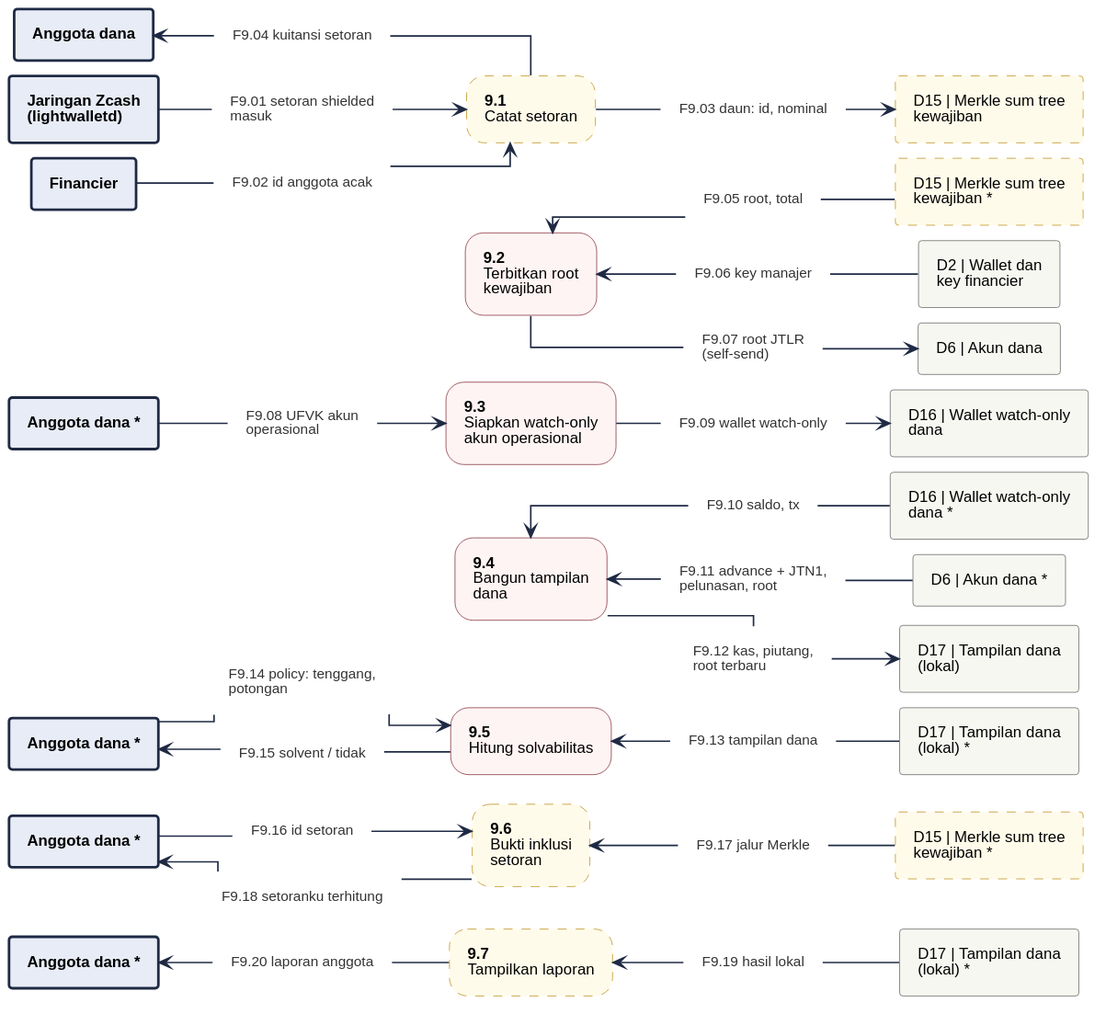
JitsuinFi/jitsuinfi-vault keeps this PlantUML diagram as 08-FlowDiagrams/assets/dfd-2-9.svg. Above is the earlier version. Source of this version:
```plantuml
@startuml
!include dfd-style.iuml
left to right direction
skinparam nodesep 12
skinparam ranksep 35
rectangle "Anggota dana *" <<entity>> as M_7
rectangle "D17 | Tampilan dana\n(lokal) *" <<store>> as D17_7
rectangle "D15 | Merkle sum tree\nkewajiban *" <<storeproposal>> as D15_6
rectangle "Anggota dana *" <<entity>> as M_6
rectangle "Anggota dana *" <<entity>> as M_5
rectangle "D17 | Tampilan dana\n(lokal) *" <<store>> as D17_5
rectangle "D17 | Tampilan dana\n(lokal)" <<store>> as D17_4
rectangle "D6 | Akun dana *" <<store>> as D6_4
rectangle "D16 | Wallet watch-only\ndana *" <<store>> as D16_4
rectangle "D16 | Wallet watch-only\ndana" <<store>> as D16_3
rectangle "Anggota dana *" <<entity>> as M_3
rectangle "D6 | Akun dana" <<store>> as D6_2
rectangle "D2 | Wallet dan\nkey financier" <<store>> as D2_2
rectangle "D15 | Merkle sum tree\nkewajiban *" <<storeproposal>> as D15_2
rectangle "Anggota dana" <<entity>> as M_1
rectangle "D15 | Merkle sum tree\nkewajiban" <<storeproposal>> as D15_1
rectangle "Financier" <<entity>> as F_1
rectangle "Jaringan Zcash\n(lightwalletd)" <<entity>> as Z_1
rectangle "**9.7**\nTampilkan laporan" <<proposal>> as P7
rectangle "**9.6**\nBukti inklusi\nsetoran" <<proposal>> as P6
rectangle "**9.5**\nHitung solvabilitas" <<process>> as P5
rectangle "**9.4**\nBangun tampilan\ndana" <<process>> as P4
rectangle "**9.3**\nSiapkan watch-only\nakun operasional" <<process>> as P3
rectangle "**9.2**\nTerbitkan root\nkewajiban" <<process>> as P2
rectangle "**9.1**\nCatat setoran" <<proposal>> as P1
rectangle "F9.01 setoran shielded\nmasuk" <<flow>> as f_F9_01
rectangle "F9.02 id anggota acak" <<flow>> as f_F9_02
rectangle "F9.03 daun: id, nominal" <<flow>> as f_F9_03
rectangle "F9.04 kuitansi setoran" <<flow>> as f_F9_04
rectangle "F9.05 root, total" <<flow>> as f_F9_05
rectangle "F9.06 key manajer" <<flow>> as f_F9_06
rectangle "F9.07 root JTLR\n(self-send)" <<flow>> as f_F9_07
rectangle "F9.08 UFVK akun\noperasional" <<flow>> as f_F9_08
rectangle "F9.09 wallet watch-only" <<flow>> as f_F9_09
rectangle "F9.10 saldo, tx" <<flow>> as f_F9_10
rectangle "F9.11 advance + JTN1,\npelunasan, root" <<flow>> as f_F9_11
rectangle "F9.12 kas, piutang,\nroot terbaru" <<flow>> as f_F9_12
rectangle "F9.13 tampilan dana" <<flow>> as f_F9_13
rectangle "F9.14 policy: tenggang,\npotongan" <<flow>> as f_F9_14
rectangle "F9.15 solvent / tidak" <<flow>> as f_F9_15
rectangle "F9.16 id setoran" <<flow>> as f_F9_16
rectangle "F9.17 jalur Merkle" <<flow>> as f_F9_17
rectangle "F9.18 setoranku terhitung" <<flow>> as f_F9_18
rectangle "F9.19 hasil lokal" <<flow>> as f_F9_19
rectangle "F9.20 laporan anggota" <<flow>> as f_F9_20
Z_1 -- f_F9_01
f_F9_01 --> P1
F_1 -- f_F9_02
f_F9_02 --> P1
P1 -- f_F9_03
f_F9_03 --> D15_1
M_1 <-- f_F9_04
f_F9_04 -- P1
P2 <-- f_F9_05
f_F9_05 -- D15_2
P2 <-- f_F9_06
f_F9_06 -- D2_2
P2 -- f_F9_07
f_F9_07 --> D6_2
M_3 -- f_F9_08
f_F9_08 --> P3
P3 -- f_F9_09
f_F9_09 --> D16_3
P4 <-- f_F9_10
f_F9_10 -- D16_4
P4 <-- f_F9_11
f_F9_11 -- D6_4
P4 -- f_F9_12
f_F9_12 --> D17_4
P5 <-- f_F9_13
f_F9_13 -- D17_5
M_5 -- f_F9_14
f_F9_14 --> P5
M_5 <-- f_F9_15
f_F9_15 -- P5
M_6 -- f_F9_16
f_F9_16 --> P6
P6 <-- f_F9_17
f_F9_17 -- D15_6
M_6 <-- f_F9_18
f_F9_18 -- P6
P7 <-- f_F9_19
f_F9_19 -- D17_7
M_7 <-- f_F9_20
f_F9_20 -- P7
rectangle " " <<spacer>> as sp_P2_a
rectangle " " <<spacer>> as sp_P2_b
sp_P2_a -[hidden]- sp_P2_b
sp_P2_b -[hidden]- P2
rectangle " " <<spacer>> as sp_P4_a
rectangle " " <<spacer>> as sp_P4_b
sp_P4_a -[hidden]- sp_P4_b
sp_P4_b -[hidden]- P4
@enduml
```
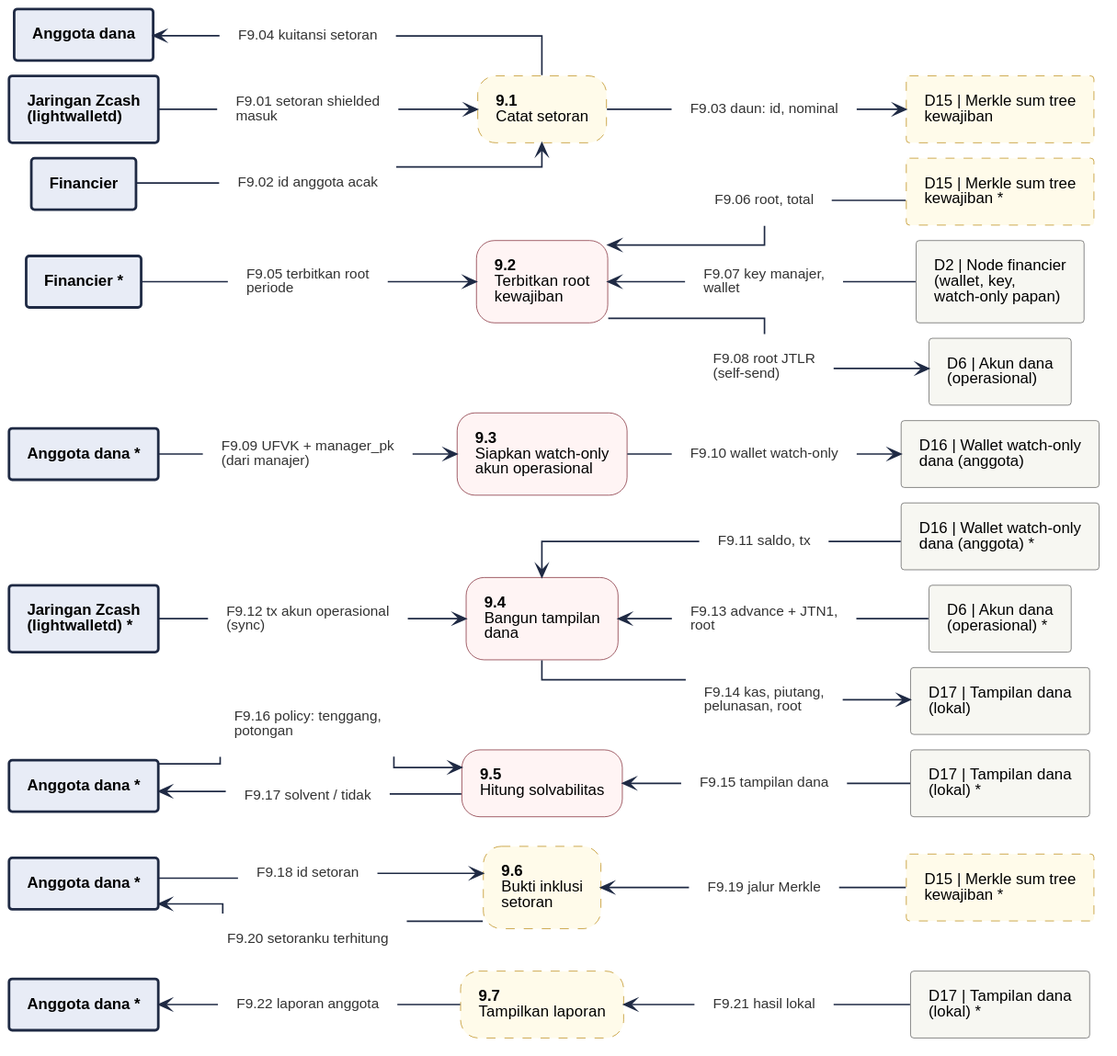
The same diagram one commit later.

Diff of the diagram source:
```diff
@@ -10,13 +10,15 @@
 rectangle "Anggota dana *" <<entity>> as M_5
 rectangle "D17 | Tampilan dana\n(lokal) *" <<store>> as D17_5
 rectangle "D17 | Tampilan dana\n(lokal)" <<store>> as D17_4
-rectangle "D6 | Akun dana *" <<store>> as D6_4
-rectangle "D16 | Wallet watch-only\ndana *" <<store>> as D16_4
-rectangle "D16 | Wallet watch-only\ndana" <<store>> as D16_3
+rectangle "D6 | Akun dana\n(operasional) *" <<store>> as D6_4
+rectangle "Jaringan Zcash\n(lightwalletd) *" <<entity>> as Z_4
+rectangle "D16 | Wallet watch-only\ndana (anggota) *" <<store>> as D16_4
+rectangle "D16 | Wallet watch-only\ndana (anggota)" <<store>> as D16_3
 rectangle "Anggota dana *" <<entity>> as M_3
-rectangle "D6 | Akun dana" <<store>> as D6_2
-rectangle "D2 | Wallet dan\nkey financier" <<store>> as D2_2
+rectangle "D6 | Akun dana\n(operasional)" <<store>> as D6_2
+rectangle "D2 | Node financier\n(wallet, key,\nwatch-only papan)" <<store>> as D2_2
 rectangle "D15 | Merkle sum tree\nkewajiban *" <<storeproposal>> as D15_2
+rectangle "Financier *" <<entity>> as F_2
 rectangle "Anggota dana" <<entity>> as M_1
 rectangle "D15 | Merkle sum tree\nkewajiban" <<storeproposal>> as D15_1
 rectangle "Financier" <<entity>> as F_1
@@ -32,22 +34,24 @@
 rectangle "F9.02 id anggota acak" <<flow>> as f_F9_02
 rectangle "F9.03 daun: id, nominal" <<flow>> as f_F9_03
 rectangle "F9.04 kuitansi setoran" <<flow>> as f_F9_04
-rectangle "F9.05 root, total" <<flow>> as f_F9_05
-rectangle "F9.06 key manajer" <<flow>> as f_F9_06
-rectangle "F9.07 root JTLR\n(self-send)" <<flow>> as f_F9_07
-rectangle "F9.08 UFVK akun\noperasional" <<flow>> as f_F9_08
-rectangle "F9.09 wallet watch-only" <<flow>> as f_F9_09
-rectangle "F9.10 saldo, tx" <<flow>> as f_F9_10
-rectangle "F9.11 advance + JTN1,\npelunasan, root" <<flow>> as f_F9_11
-rectangle "F9.12 kas, piutang,\nroot terbaru" <<flow>> as f_F9_12
-rectangle "F9.13 tampilan dana" <<flow>> as f_F9_13
-rectangle "F9.14 policy: tenggang,\npotongan" <<flow>> as f_F9_14
-rectangle "F9.15 solvent / tidak" <<flow>> as f_F9_15
-rectangle "F9.16 id setoran" <<flow>> as f_F9_16
-rectangle "F9.17 jalur Merkle" <<flow>> as f_F9_17
-rectangle "F9.18 setoranku terhitung" <<flow>> as f_F9_18
-rectangle "F9.19 hasil lokal" <<flow>> as f_F9_19
-rectangle "F9.20 laporan anggota" <<flow>> as f_F9_20
+rectangle "F9.05 terbitkan root\nperiode" <<flow>> as f_F9_05
+rectangle "F9.06 root, total" <<flow>> as f_F9_06
+rectangle "F9.07 key manajer,\nwallet" <<flow>> as f_F9_07
+rectangle "F9.08 root JTLR\n(self-send)" <<flow>> as f_F9_08
+rectangle "F9.09 UFVK + manager_pk\n(dari manajer)" <<flow>> as f_F9_09
+rectangle "F9.10 wallet watch-only" <<flow>> as f_F9_10
+rectangle "F9.11 saldo, tx" <<flow>> as f_F9_11
+rectangle "F9.12 tx akun operasional\n(sync)" <<flow>> as f_F9_12
+rectangle "F9.13 advance + JTN1,\nroot" <<flow>> as f_F9_13
+rectangle "F9.14 kas, piutang,\npelunasan, root" <<flow>> as f_F9_14
+rectangle "F9.15 tampilan dana" <<flow>> as f_F9_15
+rectangle "F9.16 policy: tenggang,\npotongan" <<flow>> as f_F9_16
+rectangle "F9.17 solvent / tidak" <<flow>> as f_F9_17
+rectangle "F9.18 id setoran" <<flow>> as f_F9_18
+rectangle "F9.19 jalur Merkle" <<flow>> as f_F9_19
+rectangle "F9.20 setoranku terhitung" <<flow>> as f_F9_20
+rectangle "F9.21 hasil lokal" <<flow>> as f_F9_21
+rectangle "F9.22 laporan anggota" <<flow>> as f_F9_22
 Z_1 -- f_F9_01
 f_F9_01 --> P1
 F_1 -- f_F9_02
@@ -56,44 +60,40 @@
 f_F9_03 --> D15_1
 M_1 <-- f_F9_04
 f_F9_04 -- P1
-P2 <-- f_F9_05
-f_F9_05 -- D15_2
+F_2 -- f_F9_05
+f_F9_05 --> P2
 P2 <-- f_F9_06
-f_F9_06 -- D2_2
-P2 -- f_F9_07
-f_F9_07 --> D6_2
-M_3 -- f_F9_08
-f_F9_08 --> P3
-P3 -- f_F9_09
-f_F9_09 --> D16_3
-P4 <-- f_F9_10
-f_F9_10 -- D16_4
+f_F9_06 -- D15_2
+P2 <-- f_F9_07
+f_F9_07 -- D2_2
+P2 -- f_F9_08
+f_F9_08 --> D6_2
+M_3 -- f_F9_09
+f_F9_09 --> P3
+P3 -- f_F9_10
+f_F9_10 --> D16_3
 P4 <-- f_F9_11
-f_F9_11 -- D6_4
-P4 -- f_F9_12
-f_F9_12 --> D17_4
-P5 <-- f_F9_13
-f_F9_13 -- D17_5
-M_5 -- f_F9_14
-f_F9_14 --> P5
-M_5 <-- f_F9_15
-f_F9_15 -- P5
-M_6 -- f_F9_16
-f_F9_16 --> P6
-P6 <-- f_F9_17
-f_F9_17 -- D15_6
-M_6 <-- f_F9_18
-f_F9_18 -- P6
-P7 <-- f_F9_19
-f_F9_19 -- D17_7
-M_7 <-- f_F9_20
-f_F9_20 -- P7
-rectangle " " <<spacer>> as sp_P2_a
-rectangle " " <<spacer>> as sp_P2_b
-sp_P2_a -[hidden]- sp_P2_b
-sp_P2_b -[hidden]- P2
-rectangle " " <<spacer>> as sp_P4_a
-rectangle " " <<spacer>> as sp_P4_b
-sp_P4_a -[hidden]- sp_P4_b
-sp_P4_b -[hidden]- P4
+f_F9_11 -- D16_4
+Z_4 -- f_F9_12
+f_F9_12 --> P4
+P4 <-- f_F9_13
+f_F9_13 -- D6_4
+P4 -- f_F9_14
+f_F9_14 --> D17_4
+P5 <-- f_F9_15
+f_F9_15 -- D17_5
+M_5 -- f_F9_16
+f_F9_16 --> P5
+M_5 <-- f_F9_17
+f_F9_17 -- P5
+M_6 -- f_F9_18
+f_F9_18 --> P6
+P6 <-- f_F9_19
+f_F9_19 -- D15_6
+M_6 <-- f_F9_20
+f_F9_20 -- P6
+P7 <-- f_F9_21
+f_F9_21 -- D17_7
+M_7 <-- f_F9_22
+f_F9_22 -- P7
 @enduml
```
